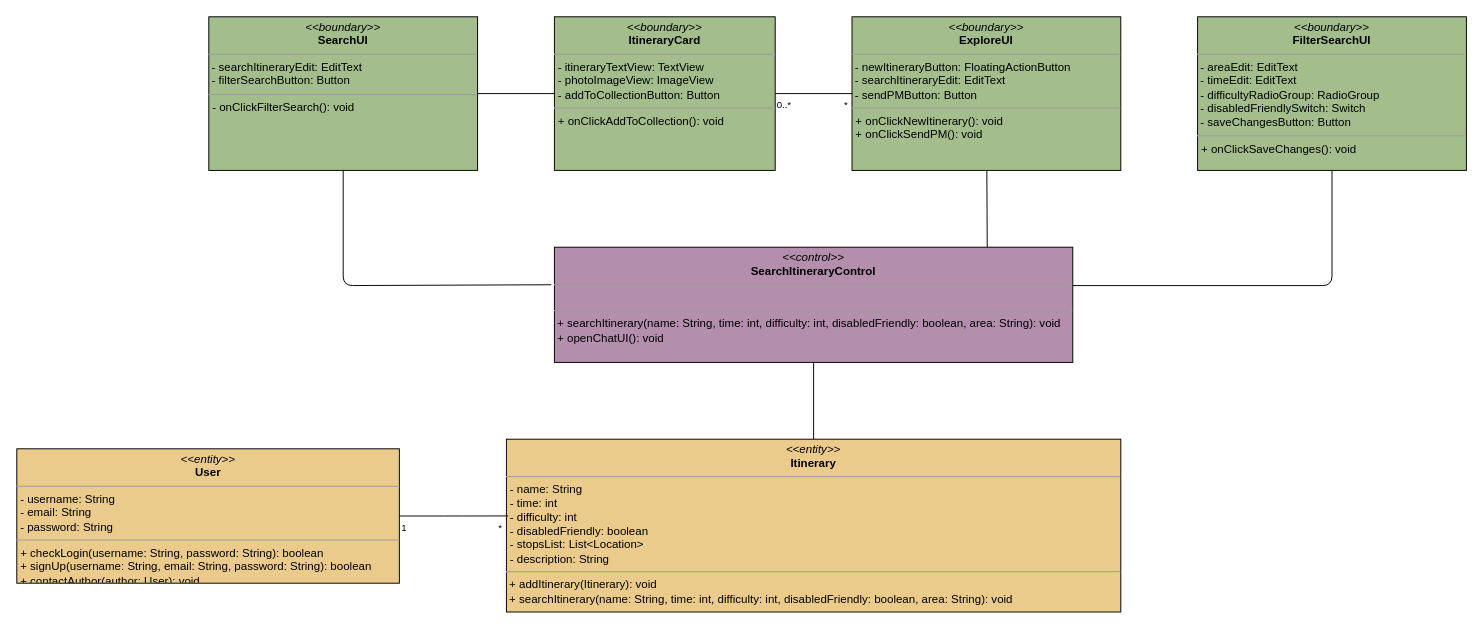
Above: page "Ricerca itinerario" (5 of 10) of docs/ECB.drawio in archer-65/natour-2122 (draw.io), before the change. Source tidied: cells renumbered, new cells numbered last; positions are measured from the earlier drawing's top-left corner, leaving out a move shared by most shapes. Both pictures are drawn from the tidied source at 96%, with x=0, y=0 at pixel (16, 16).
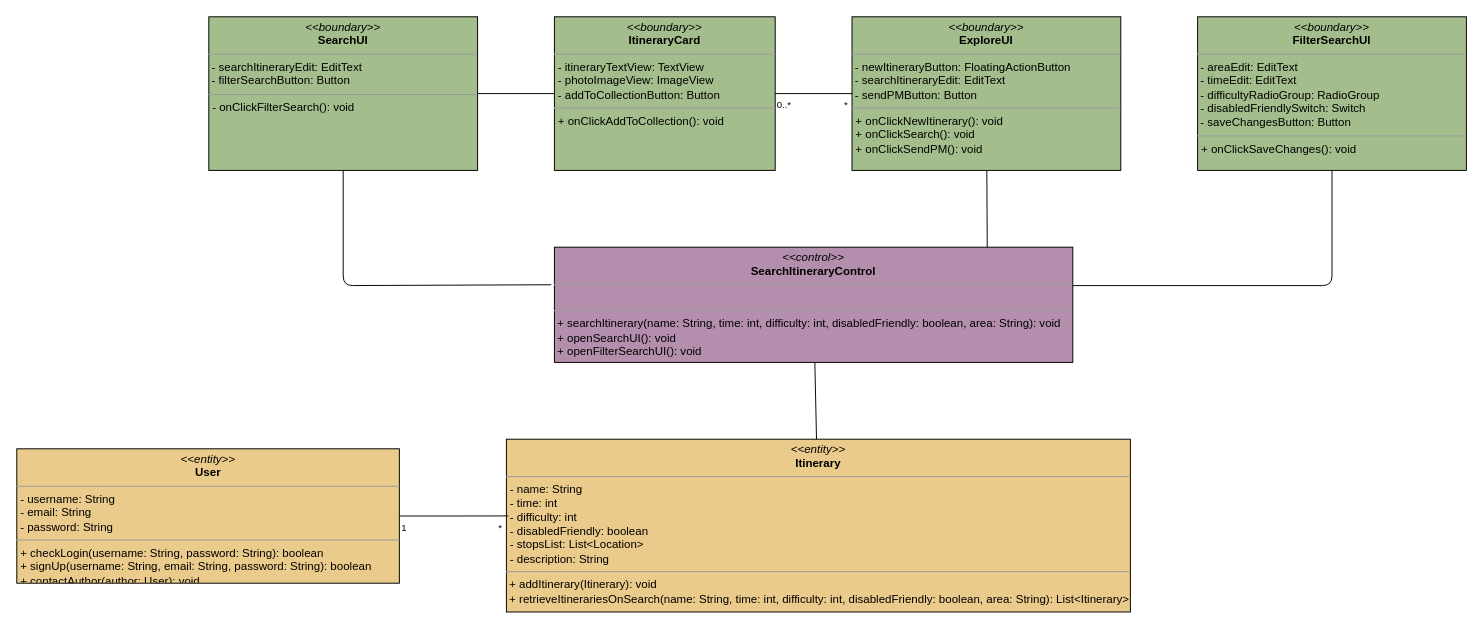
After the change.

The edit, as a diff of the source:
```diff
@@
-    <mxCell id="8" value="&lt;p style=&quot;margin: 0px ; margin-top: 4px ; text-align: center&quot;&gt;&lt;i&gt;&amp;lt;&amp;lt;boundary&amp;gt;&amp;gt;&lt;/i&gt;&lt;br&gt;&lt;b&gt;ExploreUI&lt;/b&gt;&lt;/p&gt;&lt;hr size=&quot;1&quot;&gt;&amp;nbsp;- newItineraryButton: FloatingActionButton&lt;br&gt;&lt;span&gt;&amp;nbsp;- searchItineraryEdit: EditText&lt;br&gt;&lt;/span&gt;&amp;nbsp;- sendPMButton: Button&lt;br&gt;&lt;hr size=&quot;1&quot;&gt;&lt;p style=&quot;margin: 0px 0px 0px 4px&quot;&gt;+ onClickNewItinerary(): void&lt;/p&gt;&lt;p style=&quot;margin: 0px 0px 0px 4px&quot;&gt;+ onClickSendPM(): void&lt;/p&gt;" style="verticalAlign=top;align=left;overflow=fill;fontSize=12;fontFamily=Helvetica;html=1;fillColor=#A3BE8C;" parent="1" vertex="1">
+    <mxCell id="8" value="&lt;p style=&quot;margin: 0px ; margin-top: 4px ; text-align: center&quot;&gt;&lt;i&gt;&amp;lt;&amp;lt;boundary&amp;gt;&amp;gt;&lt;/i&gt;&lt;br&gt;&lt;b&gt;ExploreUI&lt;/b&gt;&lt;/p&gt;&lt;hr size=&quot;1&quot;&gt;&amp;nbsp;- newItineraryButton: FloatingActionButton&lt;br&gt;&lt;span&gt;&amp;nbsp;- searchItineraryEdit: EditText&lt;br&gt;&lt;/span&gt;&amp;nbsp;- sendPMButton: Button&lt;br&gt;&lt;hr size=&quot;1&quot;&gt;&lt;p style=&quot;margin: 0px 0px 0px 4px&quot;&gt;+ onClickNewItinerary(): void&lt;/p&gt;&lt;p style=&quot;margin: 0px 0px 0px 4px&quot;&gt;+ onClickSearch(): void&lt;/p&gt;&lt;p style=&quot;margin: 0px 0px 0px 4px&quot;&gt;+ onClickSendPM(): void&lt;/p&gt;" style="verticalAlign=top;align=left;overflow=fill;fontSize=12;fontFamily=Helvetica;html=1;fillColor=#A3BE8C;" parent="1" vertex="1">
       <mxGeometry x="870" width="280" height="160" as="geometry" />
     </mxCell>
@@
-    <mxCell id="10" value="&lt;p style=&quot;margin: 0px ; margin-top: 4px ; text-align: center&quot;&gt;&lt;i&gt;&amp;lt;&amp;lt;control&amp;gt;&amp;gt;&lt;/i&gt;&lt;br&gt;&lt;b&gt;SearchItineraryControl&lt;/b&gt;&lt;/p&gt;&lt;hr size=&quot;1&quot;&gt;&lt;p style=&quot;margin: 0px ; margin-left: 4px&quot;&gt;&lt;br&gt;&lt;/p&gt;&lt;hr size=&quot;1&quot;&gt;&lt;p style=&quot;margin: 0px ; margin-left: 4px&quot;&gt;&lt;/p&gt;&amp;nbsp;+ searchItinerary(name: String, time: int, difficulty: int, disabledFriendly: boolean, area: String): void&lt;br&gt;&amp;nbsp;+ openChatUI(): void&amp;nbsp;&lt;br&gt;&amp;nbsp;&lt;span&gt;&lt;br&gt;&lt;/span&gt;" style="verticalAlign=top;align=left;overflow=fill;fontSize=12;fontFamily=Helvetica;html=1;fillColor=#B48EAD;" parent="1" vertex="1">
+    <mxCell id="10" value="&lt;p style=&quot;margin: 0px ; margin-top: 4px ; text-align: center&quot;&gt;&lt;i&gt;&amp;lt;&amp;lt;control&amp;gt;&amp;gt;&lt;/i&gt;&lt;br&gt;&lt;b&gt;SearchItineraryControl&lt;/b&gt;&lt;/p&gt;&lt;hr size=&quot;1&quot;&gt;&lt;p style=&quot;margin: 0px ; margin-left: 4px&quot;&gt;&lt;br&gt;&lt;/p&gt;&lt;hr size=&quot;1&quot;&gt;&lt;p style=&quot;margin: 0px ; margin-left: 4px&quot;&gt;&lt;/p&gt;&amp;nbsp;+ searchItinerary(name: String, time: int, difficulty: int, disabledFriendly: boolean, area: String): void&lt;br&gt;&amp;nbsp;+ openSearchUI(): void&lt;br&gt;&amp;nbsp;+ openFilterSearchUI(): void&amp;nbsp;&lt;br&gt;&lt;br&gt;&amp;nbsp;&lt;span&gt;&lt;br&gt;&lt;/span&gt;" style="verticalAlign=top;align=left;overflow=fill;fontSize=12;fontFamily=Helvetica;html=1;fillColor=#B48EAD;" parent="1" vertex="1">
       <mxGeometry x="560" y="240" width="540" height="120" as="geometry" />
     </mxCell>
-    <mxCell id="11" value="&lt;p style=&quot;margin: 0px ; margin-top: 4px ; text-align: center&quot;&gt;&lt;i&gt;&amp;lt;&amp;lt;entity&amp;gt;&amp;gt;&lt;/i&gt;&lt;br&gt;&lt;b&gt;Itinerary&lt;/b&gt;&lt;/p&gt;&lt;hr size=&quot;1&quot;&gt;&lt;p style=&quot;margin: 0px ; margin-left: 4px&quot;&gt;- name: String&lt;/p&gt;&lt;p style=&quot;margin: 0px ; margin-left: 4px&quot;&gt;- time: int&lt;/p&gt;&lt;p style=&quot;margin: 0px ; margin-left: 4px&quot;&gt;- difficulty: int&lt;/p&gt;&lt;p style=&quot;margin: 0px ; margin-left: 4px&quot;&gt;- disabledFriendly: boolean&lt;br&gt;&lt;/p&gt;&lt;p style=&quot;margin: 0px ; margin-left: 4px&quot;&gt;- stopsList: List&amp;lt;Location&amp;gt;&lt;br&gt;&lt;/p&gt;&lt;p style=&quot;margin: 0px ; margin-left: 4px&quot;&gt;- description: String&lt;/p&gt;&lt;hr size=&quot;1&quot;&gt;&lt;p style=&quot;margin: 0px ; margin-left: 4px&quot;&gt;&lt;/p&gt;&amp;nbsp;+ addItinerary(Itinerary): void&lt;br&gt;&amp;nbsp;+ searchItinerary(name: String, time: int, difficulty: int, disabledFriendly: boolean, area: String): void" style="verticalAlign=top;align=left;overflow=fill;fontSize=12;fontFamily=Helvetica;html=1;fillColor=#EBCB8B;" parent="1" vertex="1">
-      <mxGeometry x="510" y="440" width="640" height="180" as="geometry" />
+    <mxCell id="11" value="&lt;p style=&quot;margin: 0px ; margin-top: 4px ; text-align: center&quot;&gt;&lt;i&gt;&amp;lt;&amp;lt;entity&amp;gt;&amp;gt;&lt;/i&gt;&lt;br&gt;&lt;b&gt;Itinerary&lt;/b&gt;&lt;/p&gt;&lt;hr size=&quot;1&quot;&gt;&lt;p style=&quot;margin: 0px ; margin-left: 4px&quot;&gt;- name: String&lt;/p&gt;&lt;p style=&quot;margin: 0px ; margin-left: 4px&quot;&gt;- time: int&lt;/p&gt;&lt;p style=&quot;margin: 0px ; margin-left: 4px&quot;&gt;- difficulty: int&lt;/p&gt;&lt;p style=&quot;margin: 0px ; margin-left: 4px&quot;&gt;- disabledFriendly: boolean&lt;br&gt;&lt;/p&gt;&lt;p style=&quot;margin: 0px ; margin-left: 4px&quot;&gt;- stopsList: List&amp;lt;Location&amp;gt;&lt;br&gt;&lt;/p&gt;&lt;p style=&quot;margin: 0px ; margin-left: 4px&quot;&gt;- description: String&lt;/p&gt;&lt;hr size=&quot;1&quot;&gt;&lt;p style=&quot;margin: 0px ; margin-left: 4px&quot;&gt;&lt;/p&gt;&amp;nbsp;+ addItinerary(Itinerary): void&lt;br&gt;&amp;nbsp;+ retrieveItinerariesOnSearch(name: String, time: int, difficulty: int, disabledFriendly: boolean, area: String): List&amp;lt;Itinerary&amp;gt;" style="verticalAlign=top;align=left;overflow=fill;fontSize=12;fontFamily=Helvetica;html=1;fillColor=#EBCB8B;" parent="1" vertex="1">
+      <mxGeometry x="510" y="440" width="650" height="180" as="geometry" />
     </mxCell>
```
